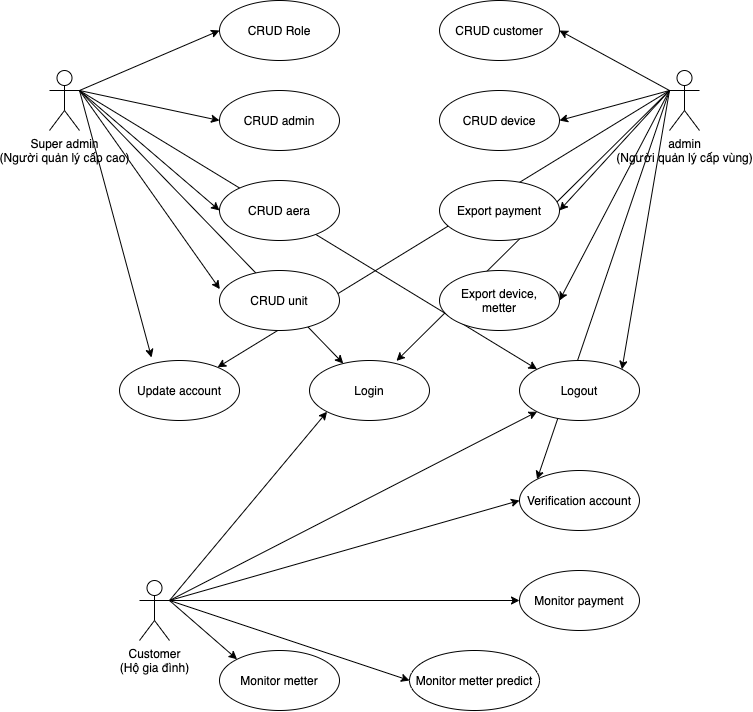
The draw.io diagram usecase.png in akirakyohei/Smart-Energy-Monitor, before a commit. Source tidied: cells renumbered, new cells last; positions are measured from the earlier drawing's top-left corner, leaving out a move shared by most shapes.
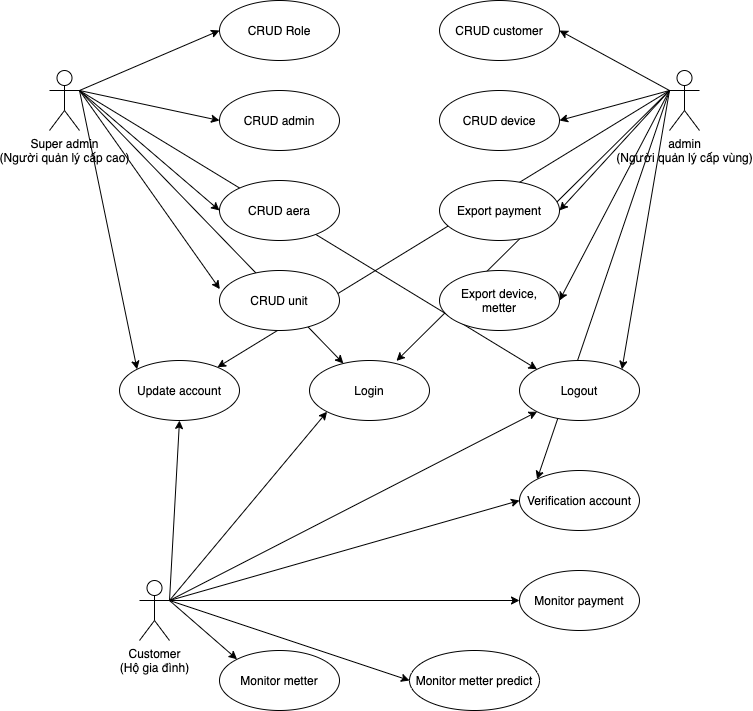
Later version of the same file.

What changed in the source:
```diff
@@ -14,7 +14,7 @@
     <mxCell id="5" style="edgeStyle=none;html=1;exitX=1;exitY=0.3333333333333333;exitDx=0;exitDy=0;exitPerimeter=0;entryX=0.003;entryY=0.311;entryDx=0;entryDy=0;entryPerimeter=0;" parent="1" edge="1" source="9" target="22">
       <mxGeometry relative="1" as="geometry" />
     </mxCell>
-    <mxCell id="6" style="edgeStyle=none;html=1;exitX=1;exitY=0.3333333333333333;exitDx=0;exitDy=0;exitPerimeter=0;entryX=0.267;entryY=-0.05;entryDx=0;entryDy=0;entryPerimeter=0;" parent="1" edge="1" source="9" target="27">
+    <mxCell id="6" style="edgeStyle=none;html=1;exitX=1;exitY=0.3333333333333333;exitDx=0;exitDy=0;exitPerimeter=0;entryX=0;entryY=0;entryDx=0;entryDy=0;" parent="1" edge="1" source="9" target="27">
       <mxGeometry relative="1" as="geometry" />
     </mxCell>
     <mxCell id="7" style="edgeStyle=none;html=1;exitX=1;exitY=0.3333333333333333;exitDx=0;exitDy=0;exitPerimeter=0;" parent="1" edge="1" source="9" target="28">
@@ -104,6 +104,9 @@
     <mxCell id="35" style="edgeStyle=none;html=1;exitX=1;exitY=0.3333333333333333;exitDx=0;exitDy=0;exitPerimeter=0;entryX=0;entryY=0;entryDx=0;entryDy=0;" parent="1" edge="1" source="36" target="40">
       <mxGeometry relative="1" as="geometry" />
     </mxCell>
+    <mxCell id="41" style="edgeStyle=none;html=1;exitX=1;exitY=0.3333333333333333;exitDx=0;exitDy=0;exitPerimeter=0;entryX=0.5;entryY=1;entryDx=0;entryDy=0;" parent="1" edge="1" source="36" target="27">
+      <mxGeometry relative="1" as="geometry" />
+    </mxCell>
     <mxCell id="36" value="Customer&lt;br&gt;(Hộ gia đình)" style="shape=umlActor;verticalLabelPosition=bottom;verticalAlign=top;html=1;outlineConnect=0;" parent="1" vertex="1">
       <mxGeometry x="90" y="580" width="30" height="60" as="geometry" />
     </mxCell>
```
